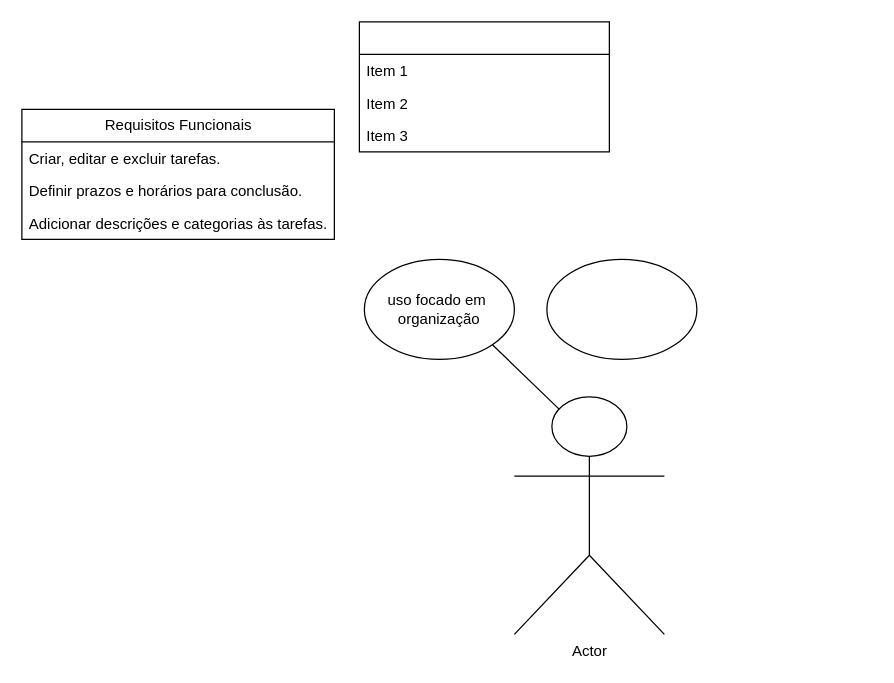
Above: page "Página-5" (5 of 6) of aula.drawio in arthursostenes/diagramaderequisitos (draw.io), before the change. Source tidied: cells renumbered, new cells numbered last; positions are measured from the earlier drawing's top-left corner, leaving out a move shared by most shapes. Both pictures are drawn from the tidied source at 125%, with x=0, y=0 at pixel (21, 21).
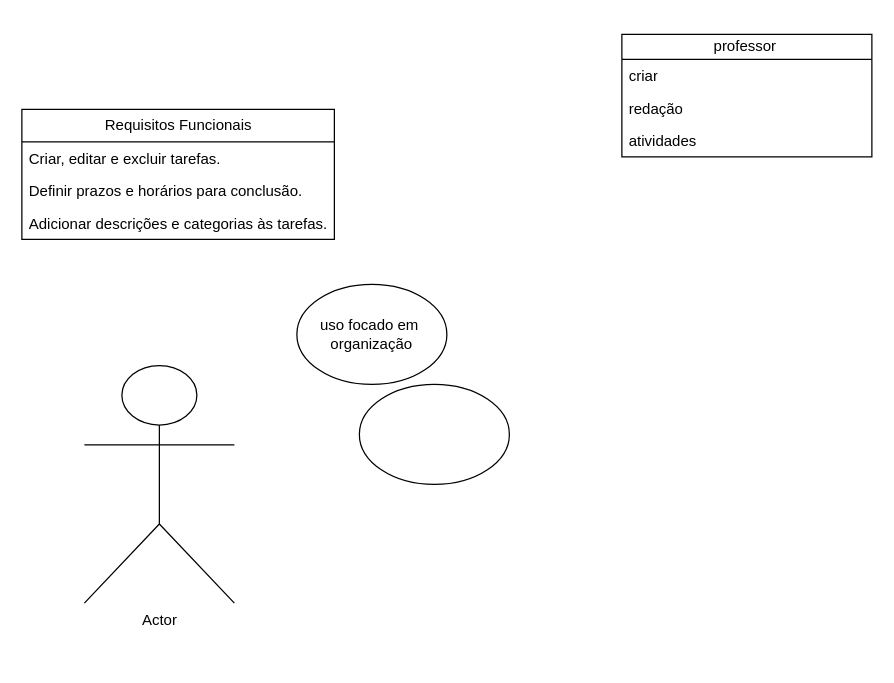
The same page after the edit.

What changed in the source:
```diff
@@
 <mxGraphModel>
   <root>
     <mxCell id="0" />
     <mxCell id="1" parent="0" />
     <mxCell id="2" value="Actor" style="shape=umlActor;verticalLabelPosition=bottom;verticalAlign=top;html=1;" parent="1" vertex="1">
-      <mxGeometry x="394" y="300" width="120" height="190" as="geometry" />
+      <mxGeometry x="50" y="275" width="120" height="190" as="geometry" />
     </mxCell>
     <mxCell id="3" value="uso focado em&amp;nbsp;&lt;div&gt;organização&lt;/div&gt;" style="ellipse;whiteSpace=wrap;html=1;" parent="1" vertex="1">
-      <mxGeometry x="274" y="190" width="120" height="80" as="geometry" />
+      <mxGeometry x="220" y="210" width="120" height="80" as="geometry" />
     </mxCell>
     <mxCell id="4" value="Requisitos Funcionais" style="swimlane;fontStyle=0;horizontal=1;startSize=26;fillColor=none;html=1;" parent="1" vertex="1">
       <mxGeometry y="70" width="250" height="104" as="geometry" />
     </mxCell>
     <mxCell id="5" value="Criar, editar e excluir tarefas." style="text;strokeColor=none;fillColor=none;align=left;verticalAlign=top;spacingLeft=4;spacingRight=4;overflow=hidden;whiteSpace=wrap;html=1;" parent="4" vertex="1">
       <mxGeometry y="26" width="250" height="26" as="geometry" />
     </mxCell>
     <mxCell id="6" value="Definir prazos e horários para conclusão." style="text;strokeColor=none;fillColor=none;align=left;verticalAlign=top;spacingLeft=4;spacingRight=4;overflow=hidden;whiteSpace=wrap;html=1;" parent="4" vertex="1">
       <mxGeometry y="52" width="250" height="26" as="geometry" />
     </mxCell>
     <mxCell id="7" value="Adicionar descrições e categorias às tarefas." style="text;strokeColor=none;fillColor=none;align=left;verticalAlign=top;spacingLeft=4;spacingRight=4;overflow=hidden;whiteSpace=wrap;html=1;" parent="4" vertex="1">
       <mxGeometry y="78" width="250" height="26" as="geometry" />
     </mxCell>
-    <mxCell id="8" style="swimlane;fontStyle=0;horizontal=1;startSize=26;fillColor=none;html=1;" parent="1" vertex="1">
-      <mxGeometry x="270" width="200" height="104" as="geometry" />
+    <mxCell id="8" value="professor&amp;nbsp;" style="swimlane;fontStyle=0;horizontal=1;startSize=20;fillColor=none;html=1;" parent="1" vertex="1">
+      <mxGeometry x="480" y="10" width="200" height="98" as="geometry" />
     </mxCell>
-    <mxCell id="9" value="Item 1" style="text;strokeColor=none;fillColor=none;align=left;verticalAlign=top;spacingLeft=4;spacingRight=4;overflow=hidden;whiteSpace=wrap;html=1;" parent="8" vertex="1">
-      <mxGeometry y="26" width="200" height="26" as="geometry" />
+    <mxCell id="9" value="criar" style="text;strokeColor=none;fillColor=none;align=left;verticalAlign=top;spacingLeft=4;spacingRight=4;overflow=hidden;whiteSpace=wrap;html=1;" parent="8" vertex="1">
+      <mxGeometry y="20" width="200" height="26" as="geometry" />
     </mxCell>
-    <mxCell id="10" value="Item 2" style="text;strokeColor=none;fillColor=none;align=left;verticalAlign=top;spacingLeft=4;spacingRight=4;overflow=hidden;whiteSpace=wrap;html=1;" parent="8" vertex="1">
-      <mxGeometry y="52" width="200" height="26" as="geometry" />
+    <mxCell id="10" value="redação" style="text;strokeColor=none;fillColor=none;align=left;verticalAlign=top;spacingLeft=4;spacingRight=4;overflow=hidden;whiteSpace=wrap;html=1;" parent="8" vertex="1">
+      <mxGeometry y="46" width="200" height="26" as="geometry" />
     </mxCell>
-    <mxCell id="11" value="Item 3" style="text;strokeColor=none;fillColor=none;align=left;verticalAlign=top;spacingLeft=4;spacingRight=4;overflow=hidden;whiteSpace=wrap;html=1;" parent="8" vertex="1">
-      <mxGeometry y="78" width="200" height="26" as="geometry" />
+    <mxCell id="11" value="atividades" style="text;strokeColor=none;fillColor=none;align=left;verticalAlign=top;spacingLeft=4;spacingRight=4;overflow=hidden;whiteSpace=wrap;html=1;" parent="8" vertex="1">
+      <mxGeometry y="72" width="200" height="26" as="geometry" />
     </mxCell>
-    <mxCell id="12" style="endArrow=none;html=1;rounded=0;entryX=1;entryY=1;entryDx=0;entryDy=0;" parent="1" edge="1" target="3">
-      <mxGeometry relative="1" as="geometry">
-        <mxPoint x="430" y="310" as="sourcePoint" />
-      </mxGeometry>
-    </mxCell>
     <mxCell id="13" style="ellipse;whiteSpace=wrap;html=1;" parent="1" vertex="1">
-      <mxGeometry x="420" y="190" width="120" height="80" as="geometry" />
+      <mxGeometry x="270" y="290" width="120" height="80" as="geometry" />
     </mxCell>
   </root>
 </mxGraphModel>
```
